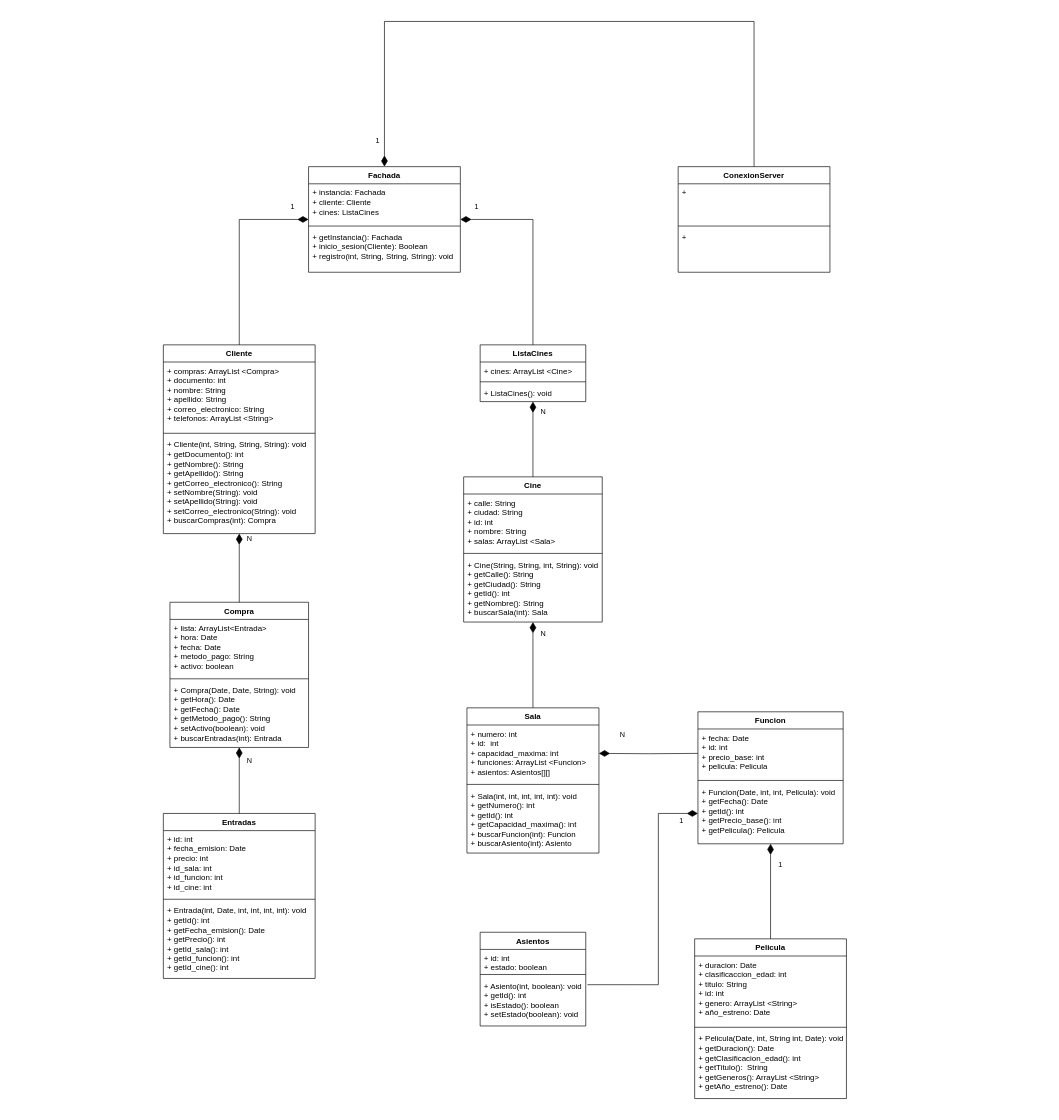
Before: Proyecto_UML.drawio in nXD643/Projecto-Final-Cine, a draw.io diagram. Source tidied: cells renumbered, new cells numbered last; positions are measured from the earlier drawing's top-left corner, leaving out a move shared by most shapes. Both pictures are drawn from the tidied source at 66%, with x=0, y=0 at pixel (163, 21).
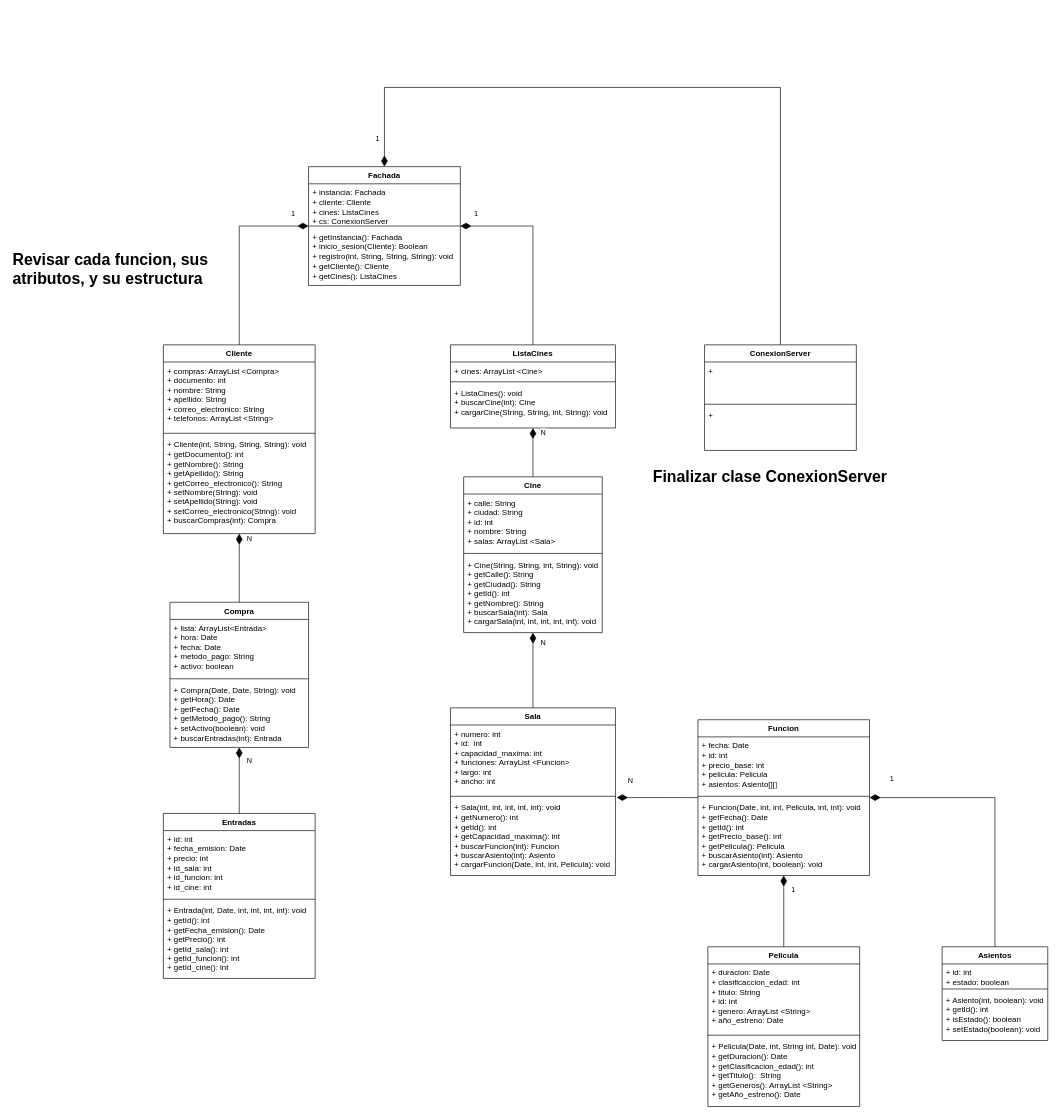
The same page after the edit.

The change refers to these unchanged cells:
```xml
<mxCell id="25" value="&lt;div&gt;+ Asiento(int, boolean): void&lt;/div&gt;+ getId(): int&lt;div&gt;+ isEstado(): boolean&lt;/div&gt;&lt;div&gt;+ setEstado(boolean): void&lt;/div&gt;" style="text;strokeColor=none;fillColor=none;align=left;verticalAlign=top;spacingLeft=4;spacingRight=4;overflow=hidden;points=[[0,0.5],[1,0.5]];portConstraint=eastwest;whiteSpace=wrap;html=1;" parent="22" vertex="1">
  <mxGeometry y="68" width="160" height="74" as="geometry" />
</mxCell>
```

Change to the diagram source:
```diff
@@
     <mxCell id="2" value="Fachada" style="swimlane;fontStyle=1;align=center;verticalAlign=top;horizontal=1;startSize=26;whiteSpace=wrap;html=1;" parent="1" vertex="1">
-      <mxGeometry x="220" y="220" width="230" height="160" as="geometry" />
+      <mxGeometry x="220" y="220" width="230" height="180" as="geometry" />
     </mxCell>
-    <mxCell id="3" value="+ instancia: Fachada&lt;div&gt;+ cliente: Cliente&lt;/div&gt;&lt;div&gt;+ cines: ListaCines&lt;/div&gt;" style="text;strokeColor=none;fillColor=none;align=left;verticalAlign=top;spacingLeft=4;spacingRight=4;overflow=hidden;whiteSpace=wrap;html=1;" parent="2" vertex="1">
+    <mxCell id="3" value="+ instancia: Fachada&lt;div&gt;+ cliente: Cliente&lt;/div&gt;&lt;div&gt;+ cines: ListaCines&lt;/div&gt;&lt;div&gt;+ cs: ConexionServer&lt;/div&gt;" style="text;strokeColor=none;fillColor=none;align=left;verticalAlign=top;spacingLeft=4;spacingRight=4;overflow=hidden;whiteSpace=wrap;html=1;" parent="2" vertex="1">
       <mxGeometry y="26" width="230" height="60" as="geometry" />
     </mxCell>
@@
-    <mxCell id="5" value="+ getInstancia(): Fachada&lt;div&gt;+ inicio_sesion(Cliente): Boolean&lt;/div&gt;&lt;div&gt;+ registro(int, String, String, String): void&lt;/div&gt;" style="text;strokeColor=none;fillColor=none;align=left;verticalAlign=top;spacingLeft=4;spacingRight=4;overflow=hidden;whiteSpace=wrap;html=1;" parent="2" vertex="1">
-      <mxGeometry y="94" width="230" height="66" as="geometry" />
+    <mxCell id="5" value="+ getInstancia(): Fachada&lt;div&gt;+ inicio_sesion(Cliente): Boolean&lt;/div&gt;&lt;div&gt;+ registro(int, String, String, String): void&lt;/div&gt;&lt;div&gt;+ getCliente(): Cliente&lt;/div&gt;&lt;div&gt;+ getCines(): ListaCines&lt;/div&gt;" style="text;strokeColor=none;fillColor=none;align=left;verticalAlign=top;spacingLeft=4;spacingRight=4;overflow=hidden;whiteSpace=wrap;html=1;" parent="2" vertex="1">
+      <mxGeometry y="94" width="230" height="86" as="geometry" />
     </mxCell>
     <mxCell id="6" value="ListaCines" style="swimlane;fontStyle=1;align=center;verticalAlign=top;horizontal=1;startSize=26;whiteSpace=wrap;html=1;" parent="1" vertex="1">
-      <mxGeometry x="480" y="490" width="160" height="86" as="geometry" />
+      <mxGeometry x="435" y="490" width="250" height="126" as="geometry" />
     </mxCell>
     <mxCell id="7" value="+ cines: ArrayList &amp;lt;Cine&amp;gt;" style="text;strokeColor=none;fillColor=none;align=left;verticalAlign=top;spacingLeft=4;spacingRight=4;overflow=hidden;whiteSpace=wrap;html=1;" parent="6" vertex="1">
-      <mxGeometry y="26" width="160" height="26" as="geometry" />
+      <mxGeometry y="26" width="250" height="26" as="geometry" />
     </mxCell>
     <mxCell id="8" style="line;strokeWidth=1;fillColor=none;align=left;verticalAlign=middle;spacingTop=-1;spacingLeft=3;spacingRight=3;labelPosition=right;strokeColor=inherit;" parent="6" vertex="1">
-      <mxGeometry y="52" width="160" height="8" as="geometry" />
+      <mxGeometry y="52" width="250" height="8" as="geometry" />
     </mxCell>
-    <mxCell id="9" value="+ ListaCines(): void" style="text;strokeColor=none;fillColor=none;align=left;verticalAlign=top;spacingLeft=4;spacingRight=4;overflow=hidden;whiteSpace=wrap;html=1;" parent="6" vertex="1">
-      <mxGeometry y="60" width="160" height="26" as="geometry" />
+    <mxCell id="9" value="+ ListaCines(): void&lt;div&gt;+ buscarCine(int): Cine&lt;/div&gt;&lt;div&gt;+ cargarCine(String, String, int, String): void&lt;/div&gt;" style="text;strokeColor=none;fillColor=none;align=left;verticalAlign=top;spacingLeft=4;spacingRight=4;overflow=hidden;whiteSpace=wrap;html=1;" parent="6" vertex="1">
+      <mxGeometry y="60" width="250" height="66" as="geometry" />
     </mxCell>
     <mxCell id="10" value="Cine" style="swimlane;fontStyle=1;align=center;verticalAlign=top;horizontal=1;startSize=26;whiteSpace=wrap;html=1;" parent="1" vertex="1">
-      <mxGeometry x="455" y="690" width="210" height="220" as="geometry" />
+      <mxGeometry x="455" y="690" width="210" height="236" as="geometry" />
     </mxCell>
@@
-    <mxCell id="13" value="+ Cine(String, String, int, String): void&lt;div&gt;+ getCalle(): String&lt;/div&gt;&lt;div&gt;+ getCiudad(): String&lt;/div&gt;&lt;div&gt;+ getId(): int&lt;/div&gt;&lt;div&gt;+ getNombre(): String&lt;/div&gt;&lt;div&gt;+ buscarSala(int): Sala&lt;/div&gt;" style="text;strokeColor=none;fillColor=none;align=left;verticalAlign=top;spacingLeft=4;spacingRight=4;overflow=hidden;whiteSpace=wrap;html=1;" parent="10" vertex="1">
-      <mxGeometry y="120" width="210" height="100" as="geometry" />
+    <mxCell id="13" value="+ Cine(String, String, int, String): void&lt;div&gt;+ getCalle(): String&lt;/div&gt;&lt;div&gt;+ getCiudad(): String&lt;/div&gt;&lt;div&gt;+ getId(): int&lt;/div&gt;&lt;div&gt;+ getNombre(): String&lt;/div&gt;&lt;div&gt;+ buscarSala(int): Sala&lt;/div&gt;&lt;div&gt;+ cargarSala(int, int, int, int, int): void&lt;/div&gt;" style="text;strokeColor=none;fillColor=none;align=left;verticalAlign=top;spacingLeft=4;spacingRight=4;overflow=hidden;whiteSpace=wrap;html=1;" parent="10" vertex="1">
+      <mxGeometry y="120" width="210" height="116" as="geometry" />
     </mxCell>
     <mxCell id="14" value="Sala" style="swimlane;fontStyle=1;align=center;verticalAlign=top;horizontal=1;startSize=26;whiteSpace=wrap;html=1;" parent="1" vertex="1">
-      <mxGeometry x="460" y="1040" width="200" height="220" as="geometry" />
+      <mxGeometry x="435" y="1040" width="250" height="254" as="geometry" />
     </mxCell>
-    <mxCell id="15" value="+ numero: int&lt;div&gt;+ id:&amp;nbsp; int&lt;/div&gt;&lt;div&gt;+ capacidad_maxima: int&lt;/div&gt;&lt;div&gt;+ funciones: ArrayList &amp;lt;Funcion&amp;gt;&lt;/div&gt;&lt;div&gt;+ asientos: Asientos[][]&lt;/div&gt;" style="text;strokeColor=none;fillColor=none;align=left;verticalAlign=top;spacingLeft=4;spacingRight=4;overflow=hidden;whiteSpace=wrap;html=1;" parent="14" vertex="1">
-      <mxGeometry y="26" width="200" height="86" as="geometry" />
+    <mxCell id="15" value="+ numero: int&lt;div&gt;+ id:&amp;nbsp; int&lt;/div&gt;&lt;div&gt;+ capacidad_maxima: int&lt;/div&gt;&lt;div&gt;+ funciones: ArrayList &amp;lt;Funcion&amp;gt;&lt;/div&gt;&lt;div&gt;+ largo: int&lt;/div&gt;&lt;div&gt;+ ancho: int&lt;/div&gt;" style="text;strokeColor=none;fillColor=none;align=left;verticalAlign=top;spacingLeft=4;spacingRight=4;overflow=hidden;whiteSpace=wrap;html=1;" parent="14" vertex="1">
+      <mxGeometry y="26" width="250" height="104" as="geometry" />
     </mxCell>
     <mxCell id="16" style="line;strokeWidth=1;fillColor=none;align=left;verticalAlign=middle;spacingTop=-1;spacingLeft=3;spacingRight=3;labelPosition=right;strokeColor=inherit;" parent="14" vertex="1">
-      <mxGeometry y="112" width="200" height="8" as="geometry" />
+      <mxGeometry y="130" width="250" height="8" as="geometry" />
     </mxCell>
-    <mxCell id="17" value="+ Sala(int, int, int, int, int): void&lt;div&gt;+ getNumero(): int&lt;/div&gt;&lt;div&gt;+ getId(): int&lt;/div&gt;&lt;div&gt;+ getCapacidad_maxima(): int&lt;/div&gt;&lt;div&gt;+ buscarFuncion(int): Funcion&lt;/div&gt;&lt;div&gt;+ buscarAsiento(int): Asiento&lt;/div&gt;" style="text;strokeColor=none;fillColor=none;align=left;verticalAlign=top;spacingLeft=4;spacingRight=4;overflow=hidden;points=[[0,0.5],[1,0.5]];portConstraint=eastwest;whiteSpace=wrap;html=1;" parent="14" vertex="1">
-      <mxGeometry y="120" width="200" height="100" as="geometry" />
+    <mxCell id="17" value="+ Sala(int, int, int, int, int): void&lt;div&gt;+ getNumero(): int&lt;/div&gt;&lt;div&gt;+ getId(): int&lt;/div&gt;&lt;div&gt;+ getCapacidad_maxima(): int&lt;/div&gt;&lt;div&gt;+ buscarFuncion(int): Funcion&lt;/div&gt;&lt;div&gt;+ buscarAsiento(int): Asiento&lt;/div&gt;&lt;div&gt;+ cargarFuncion(Date, int, int, Pelicula): void&lt;/div&gt;" style="text;strokeColor=none;fillColor=none;align=left;verticalAlign=top;spacingLeft=4;spacingRight=4;overflow=hidden;points=[[0,0.5],[1,0.5]];portConstraint=eastwest;whiteSpace=wrap;html=1;" parent="14" vertex="1">
+      <mxGeometry y="138" width="250" height="116" as="geometry" />
     </mxCell>
     <mxCell id="18" value="Funcion" style="swimlane;fontStyle=1;align=center;verticalAlign=top;horizontal=1;startSize=26;whiteSpace=wrap;html=1;" parent="1" vertex="1">
-      <mxGeometry x="810" y="1046" width="220" height="200" as="geometry" />
+      <mxGeometry x="810" y="1058" width="260" height="236" as="geometry" />
     </mxCell>
-    <mxCell id="19" value="+ fecha: Date&lt;div&gt;+ id: int&lt;/div&gt;&lt;div&gt;+ precio_base: int&lt;/div&gt;&lt;div&gt;+ pelicula: Pelicula&lt;/div&gt;" style="text;strokeColor=none;fillColor=none;align=left;verticalAlign=top;spacingLeft=4;spacingRight=4;overflow=hidden;points=[[0,0.5],[1,0.5]];portConstraint=eastwest;whiteSpace=wrap;html=1;" parent="18" vertex="1">
-      <mxGeometry y="26" width="220" height="74" as="geometry" />
+    <mxCell id="19" value="+ fecha: Date&lt;div&gt;+ id: int&lt;/div&gt;&lt;div&gt;+ precio_base: int&lt;/div&gt;&lt;div&gt;+ pelicula: Pelicula&lt;/div&gt;&lt;div&gt;+ asientos: Asiento[][]&lt;/div&gt;" style="text;strokeColor=none;fillColor=none;align=left;verticalAlign=top;spacingLeft=4;spacingRight=4;overflow=hidden;points=[[0,0.5],[1,0.5]];portConstraint=eastwest;whiteSpace=wrap;html=1;" parent="18" vertex="1">
+      <mxGeometry y="26" width="260" height="86" as="geometry" />
     </mxCell>
     <mxCell id="20" style="line;strokeWidth=1;fillColor=none;align=left;verticalAlign=middle;spacingTop=-1;spacingLeft=3;spacingRight=3;labelPosition=right;strokeColor=inherit;" parent="18" vertex="1">
-      <mxGeometry y="100" width="220" height="8" as="geometry" />
+      <mxGeometry y="112" width="260" height="8" as="geometry" />
     </mxCell>
-    <mxCell id="21" value="+ Funcion(Date, int, int, Pelicula): void&lt;div&gt;+ getFecha(): Date&lt;/div&gt;&lt;div&gt;+ getId(): int&lt;/div&gt;&lt;div&gt;+ getPrecio_base(): int&lt;/div&gt;&lt;div&gt;+ getPelicula(): Pelicula&lt;/div&gt;" style="text;strokeColor=none;fillColor=none;align=left;verticalAlign=top;spacingLeft=4;spacingRight=4;overflow=hidden;points=[[0,0.5],[1,0.5]];portConstraint=eastwest;whiteSpace=wrap;html=1;" parent="18" vertex="1">
-      <mxGeometry y="108" width="220" height="92" as="geometry" />
+    <mxCell id="21" value="+ Funcion(Date, int, int, Pelicula, int, int): void&lt;div&gt;+ getFecha(): Date&lt;/div&gt;&lt;div&gt;+ getId(): int&lt;/div&gt;&lt;div&gt;+ getPrecio_base(): int&lt;/div&gt;&lt;div&gt;+ getPelicula(): Pelicula&lt;/div&gt;&lt;div&gt;+ buscarAsiento(int): Asiento&lt;/div&gt;&lt;div&gt;+ cargarAsiento(int, boolean): void&lt;/div&gt;" style="text;strokeColor=none;fillColor=none;align=left;verticalAlign=top;spacingLeft=4;spacingRight=4;overflow=hidden;points=[[0,0.5],[1,0.5]];portConstraint=eastwest;whiteSpace=wrap;html=1;" parent="18" vertex="1">
+      <mxGeometry y="120" width="260" height="116" as="geometry" />
     </mxCell>
     <mxCell id="22" value="Asientos" style="swimlane;fontStyle=1;align=center;verticalAlign=top;horizontal=1;startSize=26;whiteSpace=wrap;html=1;" parent="1" vertex="1">
-      <mxGeometry x="480" y="1380" width="160" height="142" as="geometry" />
+      <mxGeometry x="1180" y="1402" width="160" height="142" as="geometry" />
     </mxCell>
@@
     <mxCell id="26" value="Pelicula" style="swimlane;fontStyle=1;align=center;verticalAlign=top;horizontal=1;startSize=26;whiteSpace=wrap;html=1;" parent="1" vertex="1">
-      <mxGeometry x="805" y="1390" width="230" height="242" as="geometry" />
+      <mxGeometry x="825" y="1402" width="230" height="242" as="geometry" />
     </mxCell>
@@
-    <mxCell id="48" value="N" style="endArrow=none;html=1;endSize=12;startArrow=diamondThin;startSize=14;startFill=1;edgeStyle=orthogonalEdgeStyle;align=left;verticalAlign=bottom;rounded=0;exitX=1;exitY=0.5;exitDx=0;exitDy=0;entryX=0;entryY=0.5;entryDx=0;entryDy=0;endFill=0;" parent="1" edge="1" target="19">
-      <mxGeometry x="-0.6" y="19" relative="1" as="geometry">
-        <mxPoint x="660" y="1109" as="sourcePoint" />
-      </mxGeometry>
+    <mxCell id="48" value="N" style="endArrow=none;html=1;endSize=12;startArrow=diamondThin;startSize=14;startFill=1;edgeStyle=orthogonalEdgeStyle;align=left;verticalAlign=bottom;rounded=0;exitX=1.008;exitY=-0.018;exitDx=0;exitDy=0;entryX=0;entryY=0.5;entryDx=0;entryDy=0;endFill=0;exitPerimeter=0;" parent="1" edge="1" source="17" target="18">
+      <mxGeometry x="-0.76" y="16" relative="1" as="geometry" />
     </mxCell>
-    <mxCell id="49" value="1" style="endArrow=none;html=1;endSize=12;startArrow=diamondThin;startSize=14;startFill=1;edgeStyle=orthogonalEdgeStyle;align=left;verticalAlign=bottom;rounded=0;exitX=0;exitY=0.5;exitDx=0;exitDy=0;endFill=0;entryX=1.016;entryY=0.155;entryDx=0;entryDy=0;entryPerimeter=0;" parent="1" edge="1" source="21" target="25">
+    <mxCell id="49" value="1" style="endArrow=none;html=1;endSize=12;startArrow=diamondThin;startSize=14;startFill=1;edgeStyle=orthogonalEdgeStyle;align=left;verticalAlign=bottom;rounded=0;endFill=0;entryX=0.5;entryY=0;entryDx=0;entryDy=0;exitX=1;exitY=0.5;exitDx=0;exitDy=0;" parent="1" edge="1" source="18" target="22">
       <mxGeometry x="-0.86" y="20" relative="1" as="geometry">
         <Array as="points">
-          <mxPoint x="750" y="1200" />
-          <mxPoint x="750" y="1459.5" />
+          <mxPoint x="1260" y="1176" />
         </Array>
       </mxGeometry>
     </mxCell>
@@
     <mxCell id="51" value="ConexionServer" style="swimlane;fontStyle=1;align=center;verticalAlign=top;horizontal=1;startSize=26;whiteSpace=wrap;html=1;" parent="1" vertex="1">
-      <mxGeometry x="780" y="220" width="230" height="160" as="geometry" />
+      <mxGeometry x="820" y="490" width="230" height="160" as="geometry" />
     </mxCell>
@@
     <mxCell id="55" value="1" style="endArrow=none;html=1;endSize=12;startArrow=diamondThin;startSize=14;startFill=1;edgeStyle=orthogonalEdgeStyle;align=left;verticalAlign=bottom;rounded=0;exitX=0.5;exitY=0;exitDx=0;exitDy=0;entryX=0.5;entryY=0;entryDx=0;entryDy=0;endFill=0;" parent="1" edge="1" source="2" target="51">
       <mxGeometry x="-0.94" y="15" relative="1" as="geometry">
         <Array as="points">
-          <mxPoint x="335" />
-          <mxPoint x="895" />
+          <mxPoint x="335" y="100" />
+          <mxPoint x="935" y="100" />
         </Array>
       </mxGeometry>
     </mxCell>
+    <mxCell id="56" value="&lt;h1 style=&quot;margin-top: 0px;&quot;&gt;Revisar cada funcion, sus atributos, y su estructura&lt;/h1&gt;" style="text;html=1;whiteSpace=wrap;overflow=hidden;rounded=0;" parent="1" vertex="1">
+      <mxGeometry x="-230" y="340" width="320" height="110" as="geometry" />
+    </mxCell>
+    <mxCell id="57" value="&lt;h1 style=&quot;margin-top: 0px;&quot;&gt;Finalizar clase ConexionServer&lt;/h1&gt;" style="text;html=1;whiteSpace=wrap;overflow=hidden;rounded=0;" parent="1" vertex="1">
+      <mxGeometry x="740" y="670" width="390" height="46" as="geometry" />
+    </mxCell>
```
